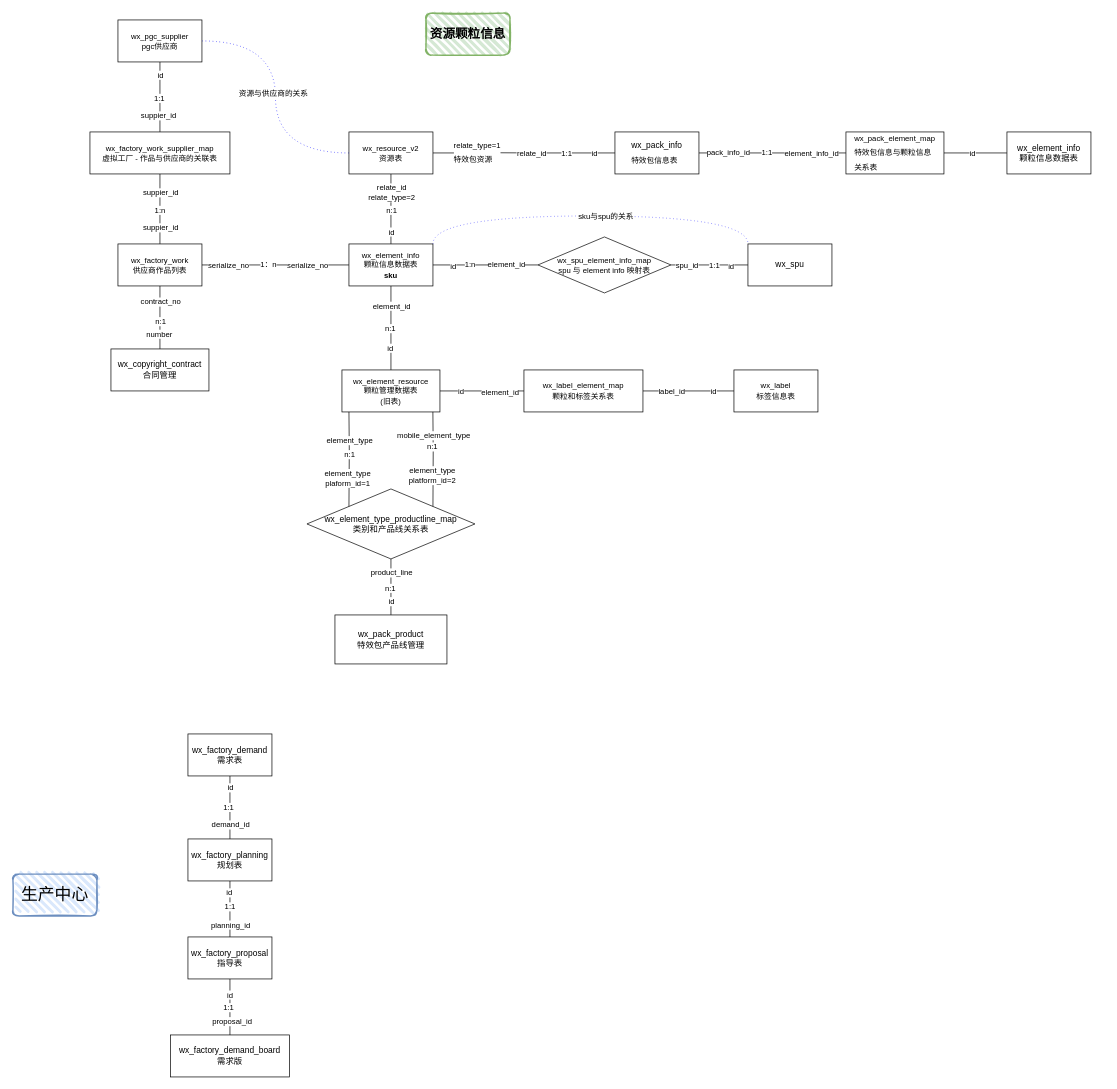
Above: 未命名绘图.drawio in nateshao/blog-image (draw.io), before the change. Source tidied: cells renumbered, new cells numbered last; positions are measured from the earlier drawing's top-left corner, leaving out a move shared by most shapes. Both pictures are drawn from the tidied source at 70%, with x=0, y=0 at pixel (13, 13).
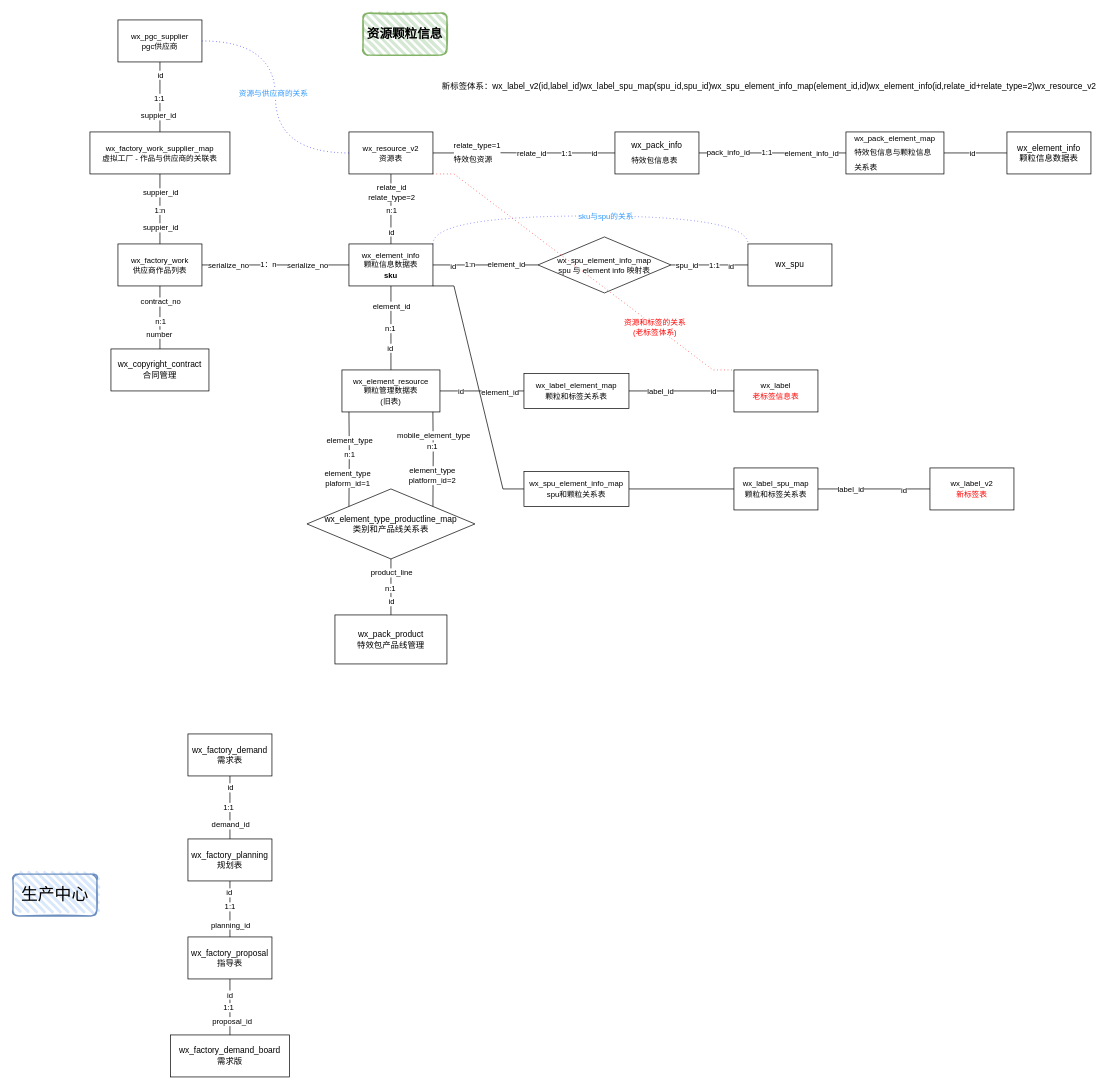
Above is the later version.

Commit message:
更新未命名绘图.drawio

The change refers to these unchanged cells:
```xml
<mxCell id="12" style="edgeStyle=orthogonalEdgeStyle;rounded=0;jettySize=auto;html=1;entryX=1;entryY=0.5;entryDx=0;entryDy=0;dashed=1;dashPattern=1 4;curved=1;strokeColor=#0000FF;endArrow=none;endFill=0;" parent="1" edge="1" source="14" target="62">
  <mxGeometry relative="1" as="geometry" />
</mxCell>
<mxCell id="14" value="&lt;font style=&quot;font-size: 11px;&quot;&gt;wx_resource_v2&lt;br&gt;资源表&lt;/font&gt;" style="rounded=0;whiteSpace=wrap;html=1;" parent="1" vertex="1">
  <mxGeometry x="480" y="170" width="120" height="60" as="geometry" />
</mxCell>
<mxCell id="26" style="edgeStyle=orthogonalEdgeStyle;rounded=0;jettySize=auto;html=1;exitX=1;exitY=0;exitDx=0;exitDy=0;entryX=0;entryY=0;entryDx=0;entryDy=0;curved=1;dashed=1;dashPattern=1 4;endArrow=none;endFill=0;strokeColor=#3333FF;" parent="1" edge="1" source="28" target="75">
  <mxGeometry relative="1" as="geometry">
    <Array as="points">
      <mxPoint x="600" y="290" />
      <mxPoint x="1050" y="290" />
    </Array>
  </mxGeometry>
</mxCell>
<mxCell id="28" value="&lt;font style=&quot;font-size: 11px;&quot;&gt;wx_element_info&lt;br&gt;颗粒信息数据表&lt;br&gt;&lt;b style=&quot;border-color: var(--border-color);&quot;&gt;sku&lt;/b&gt;&lt;br&gt;&lt;/font&gt;" style="rounded=0;whiteSpace=wrap;html=1;" parent="1" vertex="1">
  <mxGeometry x="480" y="330" width="120" height="60" as="geometry" />
</mxCell>
```

What changed in the source:
```diff
@@
-    <mxCell id="13" value="资源与供应商的关系" style="edgeLabel;html=1;align=center;verticalAlign=middle;" parent="12" vertex="1">
+    <mxCell id="13" value="&lt;font color=&quot;#3399ff&quot;&gt;资源与供应商的关系&lt;/font&gt;" style="edgeLabel;html=1;align=center;verticalAlign=middle;" parent="12" vertex="1">
       <mxGeometry x="0.03" y="4" relative="1" as="geometry" />
     </mxCell>
@@
-    <mxCell id="27" value="sku与spu的关系" style="edgeLabel;html=1;align=center;verticalAlign=middle;" parent="26" vertex="1">
+    <mxCell id="27" value="&lt;font color=&quot;#3399ff&quot;&gt;sku与spu的关系&lt;/font&gt;" style="edgeLabel;html=1;align=center;verticalAlign=middle;" parent="26" vertex="1">
       <mxGeometry x="-0.06" y="-2" relative="1" as="geometry">
         <mxPoint x="37" y="-2" as="offset" />
       </mxGeometry>
     </mxCell>
@@
     <mxCell id="53" value="&lt;font style=&quot;font-size: 11px;&quot;&gt;wx_label_element_map&lt;br&gt;颗粒和标签关系表&lt;/font&gt;" style="whiteSpace=wrap;html=1;rounded=0;" parent="1" vertex="1">
-      <mxGeometry x="730" y="510" width="170" height="60" as="geometry" />
+      <mxGeometry x="730" y="515" width="150" height="50" as="geometry" />
     </mxCell>
-    <mxCell id="54" value="&lt;font style=&quot;font-size: 11px;&quot;&gt;wx_label&lt;br&gt;标签信息表&lt;/font&gt;" style="whiteSpace=wrap;html=1;rounded=0;" parent="1" vertex="1">
+    <mxCell id="54" value="&lt;font style=&quot;font-size: 11px;&quot;&gt;wx_label&lt;br&gt;&lt;font color=&quot;#ff0000&quot;&gt;老标签信息表&lt;/font&gt;&lt;/font&gt;" style="whiteSpace=wrap;html=1;rounded=0;" parent="1" vertex="1">
       <mxGeometry x="1030" y="510" width="120" height="60" as="geometry" />
     </mxCell>
@@
     <mxCell id="84" value="&lt;font style=&quot;font-size: 18px;&quot;&gt;&lt;b&gt;资源颗粒信息&lt;/b&gt;&lt;/font&gt;" style="rounded=1;whiteSpace=wrap;html=1;strokeWidth=2;fillWeight=4;hachureGap=8;hachureAngle=45;fillColor=#d5e8d4;sketch=1;strokeColor=#82b366;" parent="1" vertex="1">
-      <mxGeometry x="590" width="120" height="60" as="geometry" />
+      <mxGeometry x="500" width="120" height="60" as="geometry" />
     </mxCell>
@@
+    <mxCell id="102" style="edgeStyle=entityRelationEdgeStyle;rounded=0;jettySize=auto;html=1;exitX=1;exitY=1;exitDx=0;exitDy=0;entryX=0;entryY=0;entryDx=0;entryDy=0;endArrow=none;endFill=0;dashed=1;dashPattern=1 4;strokeColor=#FF0000;" parent="1" edge="1" source="14" target="54">
+      <mxGeometry relative="1" as="geometry" />
+    </mxCell>
+    <mxCell id="103" value="&lt;font color=&quot;#ff0000&quot;&gt;资源和标签的关系&lt;br&gt;(老标签体系)&lt;/font&gt;" style="edgeLabel;html=1;align=center;verticalAlign=middle;" parent="102" vertex="1">
+      <mxGeometry x="0.49" y="-1" relative="1" as="geometry" />
+    </mxCell>
+    <mxCell id="104" value="新标签体系：wx_label_v2(id,label_id)wx_label_spu_map(spu_id,spu_id)wx_spu_element_info_map(element_id,id)wx_element_info(id,relate_id+relate_type=2)wx_resource_v2" style="text;html=1;align=center;verticalAlign=middle;strokeColor=none;fillColor=none;" parent="1" vertex="1">
+      <mxGeometry x="600" y="90" width="960" height="30" as="geometry" />
+    </mxCell>
+    <mxCell id="105" style="edgeStyle=orthogonalEdgeStyle;rounded=0;jettySize=auto;html=1;endArrow=none;endFill=0;" parent="1" edge="1" source="108" target="109">
+      <mxGeometry relative="1" as="geometry" />
+    </mxCell>
+    <mxCell id="106" value="label_id" style="edgeLabel;html=1;align=center;verticalAlign=middle;" parent="105" vertex="1">
+      <mxGeometry x="-0.6" y="-1" relative="1" as="geometry">
+        <mxPoint x="14" y="-1" as="offset" />
+      </mxGeometry>
+    </mxCell>
+    <mxCell id="107" value="id" style="edgeLabel;html=1;align=center;verticalAlign=middle;" parent="105" vertex="1">
+      <mxGeometry x="0.53" y="-1" relative="1" as="geometry" />
+    </mxCell>
+    <mxCell id="108" value="&lt;font style=&quot;font-size: 11px;&quot;&gt;wx_label_spu_map&lt;br&gt;颗粒和标签关系表&lt;/font&gt;" style="whiteSpace=wrap;html=1;rounded=0;" parent="1" vertex="1">
+      <mxGeometry x="1030" y="650" width="120" height="60" as="geometry" />
+    </mxCell>
+    <mxCell id="109" value="&lt;font style=&quot;font-size: 11px;&quot;&gt;wx_label_v2&lt;br&gt;&lt;font color=&quot;#ff0000&quot;&gt;新标签表&lt;/font&gt;&lt;/font&gt;" style="whiteSpace=wrap;html=1;rounded=0;" parent="1" vertex="1">
+      <mxGeometry x="1310" y="650" width="120" height="60" as="geometry" />
+    </mxCell>
+    <mxCell id="110" style="edgeStyle=orthogonalEdgeStyle;rounded=0;jettySize=auto;html=1;entryX=0;entryY=0.5;entryDx=0;entryDy=0;endArrow=none;endFill=0;" parent="1" edge="1" source="112" target="108">
+      <mxGeometry relative="1" as="geometry" />
+    </mxCell>
+    <mxCell id="111" style="edgeStyle=entityRelationEdgeStyle;rounded=0;jettySize=auto;html=1;entryX=1;entryY=1;entryDx=0;entryDy=0;elbow=vertical;endArrow=none;endFill=0;" parent="1" edge="1" source="112" target="28">
+      <mxGeometry relative="1" as="geometry" />
+    </mxCell>
+    <mxCell id="112" value="&lt;font style=&quot;font-size: 11px;&quot;&gt;wx_spu_element_info_map&lt;br&gt;spu和颗粒关系表&lt;/font&gt;" style="whiteSpace=wrap;html=1;rounded=0;" parent="1" vertex="1">
+      <mxGeometry x="730" y="655" width="150" height="50" as="geometry" />
+    </mxCell>
```
